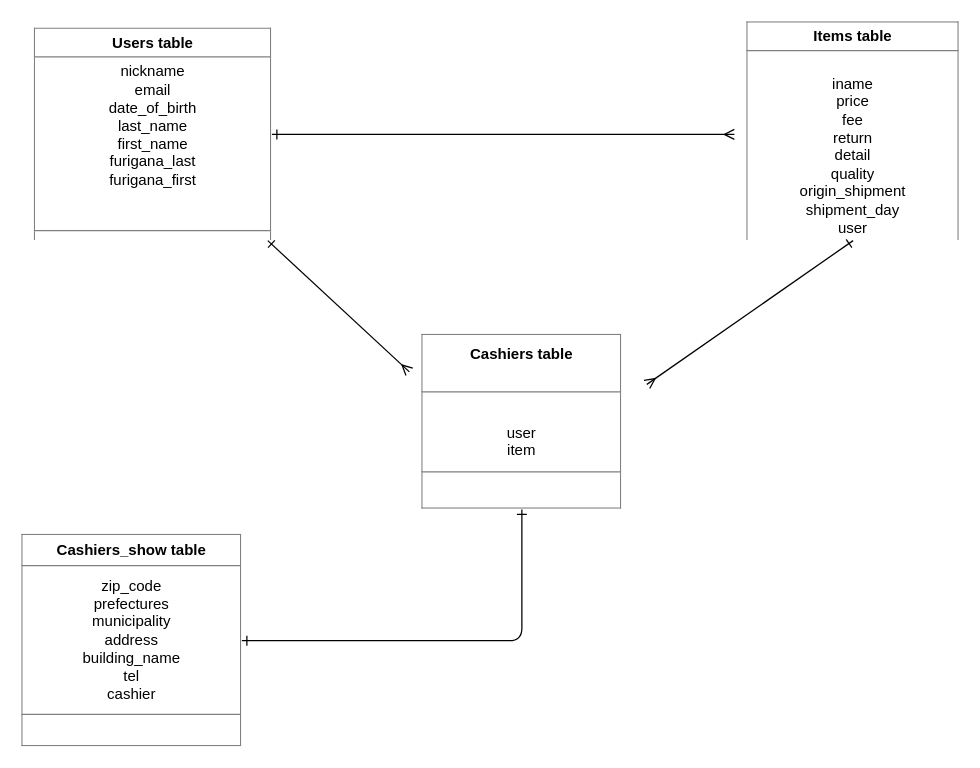
Before: furima.dio in haruna666/furima-31738, a draw.io diagram. Source tidied: cells renumbered, new cells numbered last; positions are measured from the earlier drawing's top-left corner, leaving out a move shared by most shapes. Both pictures are drawn from the tidied source at 125%, with x=0, y=0 at pixel (21, 21).
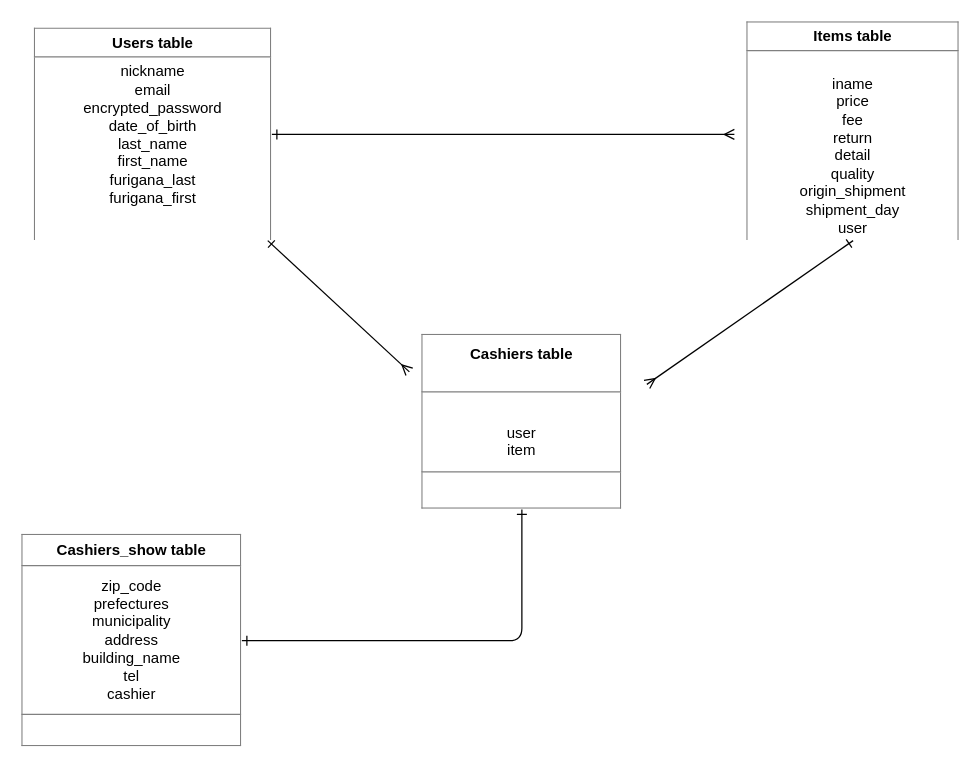
The same page after the edit.

Commit message (it also covers changes not shown here):
READEME,ER図再修正

Diff of the diagram source:
```diff
@@
 <mxGraphModel>
   <root>
     <mxCell id="0" />
     <mxCell id="1" parent="0" />
     <mxCell id="2" style="edgeStyle=none;rounded=1;jettySize=auto;html=1;endArrow=ERmany;endFill=0;startArrow=ERone;startFill=0;" parent="1" edge="1" source="4">
       <mxGeometry relative="1" as="geometry">
         <mxPoint x="570" y="90" as="targetPoint" />
       </mxGeometry>
     </mxCell>
     <mxCell id="3" style="edgeStyle=none;rounded=1;jettySize=auto;html=1;startArrow=ERone;startFill=0;endArrow=ERmany;endFill=0;" parent="1" edge="1" source="4">
       <mxGeometry relative="1" as="geometry">
         <mxPoint x="310" y="280" as="targetPoint" />
       </mxGeometry>
     </mxCell>
-    <mxCell id="4" value="&lt;table border=&quot;1&quot; width=&quot;100%&quot; cellpadding=&quot;4&quot; style=&quot;width: 100% ; height: 100% ; border-collapse: collapse&quot;&gt;&lt;tbody&gt;&lt;tr&gt;&lt;th align=&quot;center&quot;&gt;Users table&lt;/th&gt;&lt;/tr&gt;&lt;tr&gt;&lt;td align=&quot;center&quot;&gt;nickname&lt;br&gt;email&lt;br&gt;date_of_birth&lt;br&gt;last_name&lt;br&gt;first_name&lt;br&gt;furigana_last&lt;br&gt;furigana_first&lt;br&gt;&lt;br&gt;&lt;br&gt;&lt;/td&gt;&lt;/tr&gt;&lt;tr&gt;&lt;td&gt;&lt;div style=&quot;text-align: center&quot;&gt;&lt;br&gt;&lt;/div&gt;&lt;/td&gt;&lt;/tr&gt;&lt;/tbody&gt;&lt;/table&gt;" style="text;html=1;strokeColor=none;fillColor=none;overflow=fill;" parent="1" vertex="1">
+    <mxCell id="4" value="&lt;table border=&quot;1&quot; width=&quot;100%&quot; cellpadding=&quot;4&quot; style=&quot;width: 100% ; height: 100% ; border-collapse: collapse&quot;&gt;&lt;tbody&gt;&lt;tr&gt;&lt;th align=&quot;center&quot;&gt;Users table&lt;/th&gt;&lt;/tr&gt;&lt;tr&gt;&lt;td align=&quot;center&quot;&gt;nickname&lt;br&gt;email&lt;br&gt;encrypted_password&lt;br&gt;date_of_birth&lt;br&gt;last_name&lt;br&gt;first_name&lt;br&gt;furigana_last&lt;br&gt;furigana_first&lt;br&gt;&lt;br&gt;&lt;br&gt;&lt;/td&gt;&lt;/tr&gt;&lt;tr&gt;&lt;td&gt;&lt;div style=&quot;text-align: center&quot;&gt;&lt;br&gt;&lt;/div&gt;&lt;/td&gt;&lt;/tr&gt;&lt;/tbody&gt;&lt;/table&gt;" style="text;html=1;strokeColor=none;fillColor=none;overflow=fill;" parent="1" vertex="1">
       <mxGeometry x="10" y="5" width="190" height="170" as="geometry" />
     </mxCell>
     <mxCell id="5" style="edgeStyle=none;rounded=1;jettySize=auto;html=1;exitX=0.5;exitY=1;exitDx=0;exitDy=0;startArrow=ERone;startFill=0;endArrow=ERmany;endFill=0;" parent="1" edge="1" source="6">
       <mxGeometry relative="1" as="geometry">
         <mxPoint x="500" y="290" as="targetPoint" />
       </mxGeometry>
     </mxCell>
     <mxCell id="6" value="&lt;table border=&quot;1&quot; width=&quot;100%&quot; cellpadding=&quot;4&quot; style=&quot;width: 100% ; height: 100% ; border-collapse: collapse&quot;&gt;&lt;tbody&gt;&lt;tr&gt;&lt;th align=&quot;center&quot;&gt;Items table&lt;/th&gt;&lt;/tr&gt;&lt;tr&gt;&lt;td align=&quot;center&quot;&gt;&lt;br&gt;iname&lt;br&gt;price&lt;br&gt;fee&lt;br&gt;return&lt;br&gt;detail&lt;br&gt;quality&lt;br&gt;origin_shipment&lt;br&gt;shipment_day&lt;br&gt;user&lt;br&gt;&lt;br&gt;&lt;/td&gt;&lt;/tr&gt;&lt;tr&gt;&lt;td align=&quot;center&quot;&gt;&lt;br&gt;&lt;/td&gt;&lt;/tr&gt;&lt;/tbody&gt;&lt;/table&gt;" style="text;html=1;strokeColor=none;fillColor=none;overflow=fill;" parent="1" vertex="1">
       <mxGeometry x="580" width="170" height="175" as="geometry" />
     </mxCell>
     <mxCell id="7" style="edgeStyle=orthogonalEdgeStyle;rounded=1;jettySize=auto;html=1;exitX=1;exitY=0.5;exitDx=0;exitDy=0;entryX=0.5;entryY=1;entryDx=0;entryDy=0;startArrow=ERone;startFill=0;endArrow=ERone;endFill=0;" parent="1" edge="1" source="8" target="9">
       <mxGeometry relative="1" as="geometry" />
     </mxCell>
     <mxCell id="8" value="&lt;table border=&quot;1&quot; width=&quot;100%&quot; cellpadding=&quot;4&quot; style=&quot;width: 100% ; height: 100% ; border-collapse: collapse&quot;&gt;&lt;tbody&gt;&lt;tr&gt;&lt;th align=&quot;center&quot;&gt;Cashiers_show table&lt;/th&gt;&lt;/tr&gt;&lt;tr&gt;&lt;td align=&quot;center&quot;&gt;zip_code&lt;br&gt;prefectures&lt;br&gt;municipality&lt;br&gt;address&lt;br&gt;building_name&lt;br&gt;tel&lt;br&gt;cashier&lt;/td&gt;&lt;/tr&gt;&lt;tr&gt;&lt;td align=&quot;center&quot;&gt;&lt;br&gt;&lt;/td&gt;&lt;/tr&gt;&lt;/tbody&gt;&lt;/table&gt;" style="text;html=1;strokeColor=none;fillColor=none;overflow=fill;" parent="1" vertex="1">
       <mxGeometry y="410" width="176" height="170" as="geometry" />
     </mxCell>
     <mxCell id="9" value="&lt;table border=&quot;1&quot; width=&quot;100%&quot; cellpadding=&quot;4&quot; style=&quot;width: 100% ; height: 100% ; border-collapse: collapse&quot;&gt;&lt;tbody&gt;&lt;tr&gt;&lt;th align=&quot;center&quot;&gt;Cashiers table&lt;br&gt;&lt;br&gt;&lt;/th&gt;&lt;/tr&gt;&lt;tr&gt;&lt;td align=&quot;center&quot;&gt;&lt;br&gt;user&lt;br&gt;item&lt;/td&gt;&lt;/tr&gt;&lt;tr&gt;&lt;td align=&quot;center&quot;&gt;&lt;br&gt;&lt;/td&gt;&lt;/tr&gt;&lt;/tbody&gt;&lt;/table&gt;" style="text;html=1;strokeColor=none;fillColor=none;overflow=fill;" parent="1" vertex="1">
       <mxGeometry x="320" y="250" width="160" height="140" as="geometry" />
     </mxCell>
   </root>
 </mxGraphModel>
```
